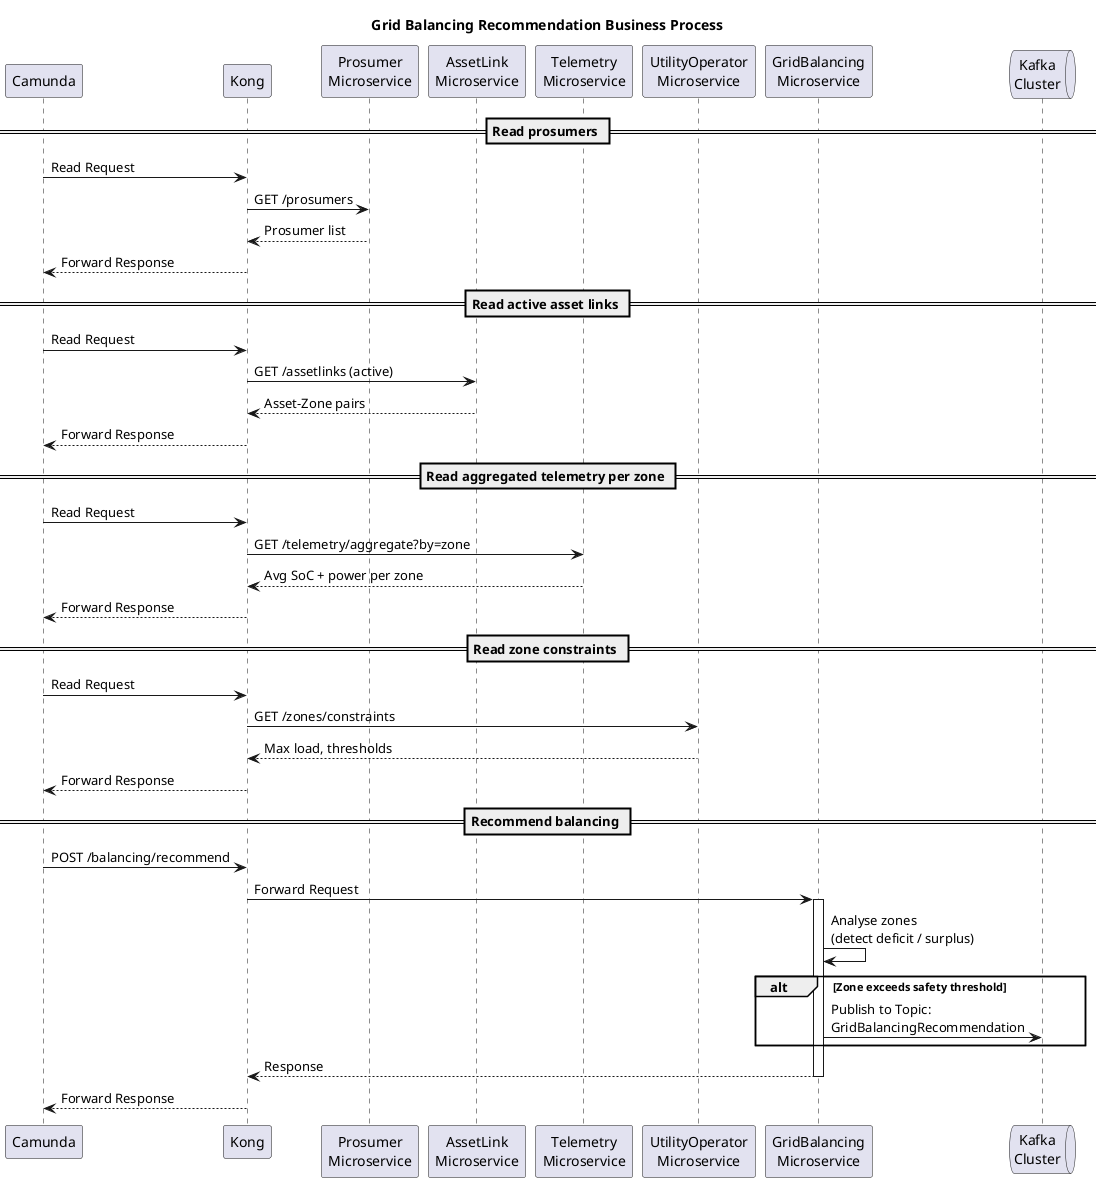
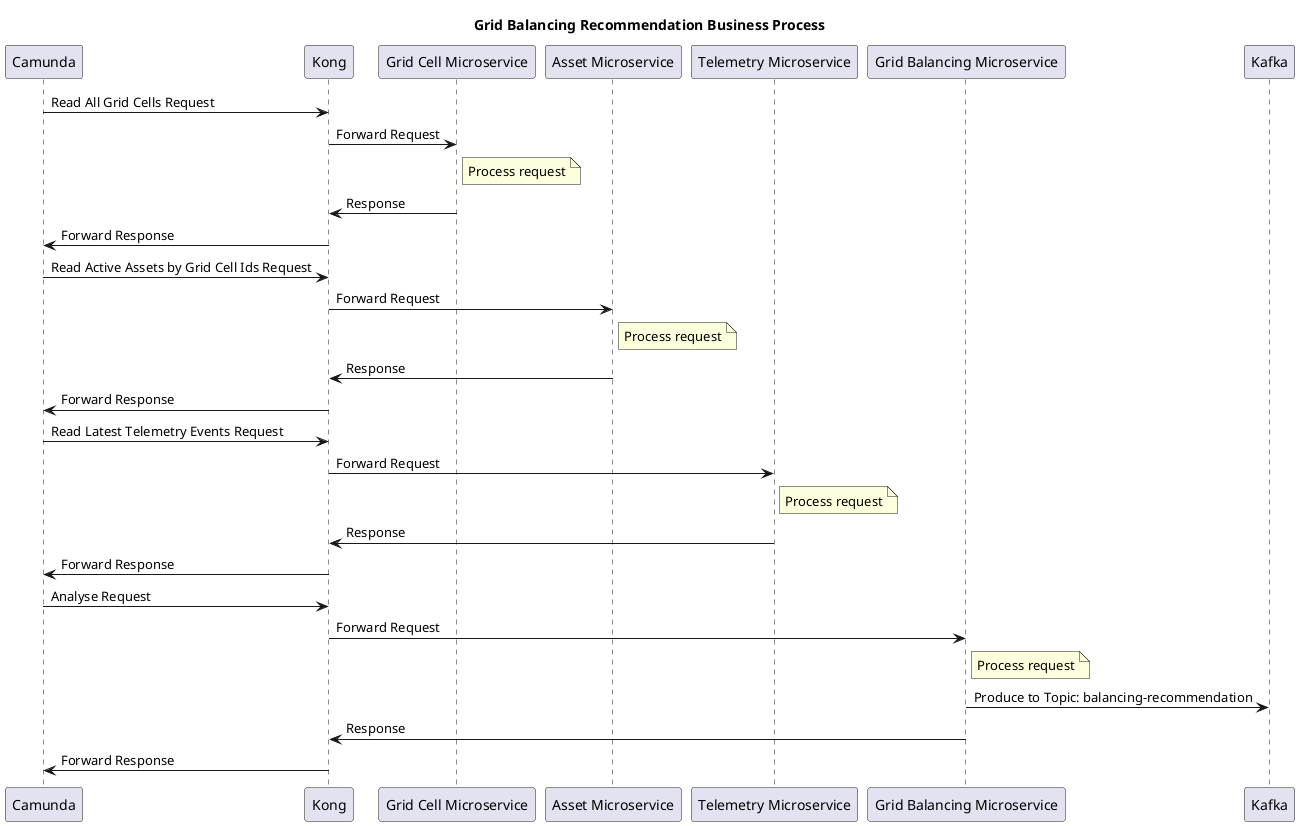
- @startuml Grid Balancing Recommendation Business Process
+ @startuml GridBalancingRecommendation
title Grid Balancing Recommendation Business Process

- participant "Camunda" as C
- participant "Kong" as K
- participant "Prosumer\nMicroservice" as P
- participant "AssetLink\nMicroservice" as A
- participant "Telemetry\nMicroservice" as T
- participant "UtilityOperator\nMicroservice" as U
- participant "GridBalancing\nMicroservice" as G
- queue "Kafka\nCluster" as KF
+ /'
+ Get all grid cells using the Grid Cell Microservice. GET /GridCell
+ Get active assets in those grid cells using the Asset Microservice. GET /Asset/active/by-grid-cell-ids?cellIds=<id>
+ Get latest telemetry events for those assets in current grid cells using the Telemetry Microservice. GET /Telemetry/latest
+ Send to Grid Balancing Microservice for processing and produce balancing events. GET /analyse

- == Read prosumers ==
- C -> K : Read Request
- K -> P : GET /prosumers
- P --> K : Prosumer list
- K --> C : Forward Response
+ The business process does not need to query the Prosumer, Utility Operator and Asset Link microservices - as it is is
+ the project statement - since all the information we need can be obtained from the previous endpoints.
+ '/

- == Read active asset links ==
- C -> K : Read Request
- K -> A : GET /assetlinks (active)
- A --> K : Asset-Zone pairs
- K --> C : Forward Response
+ participant Camunda
+ participant Kong
+ participant "Grid Cell Microservice" as GC
+ participant "Asset Microservice" as Asset
+ participant "Telemetry Microservice" as Tel
+ participant "Grid Balancing Microservice" as GB
+ participant Kafka

- == Read aggregated telemetry per zone ==
- C -> K : Read Request
- K -> T : GET /telemetry/aggregate?by=zone
- T --> K : Avg SoC + power per zone
- K --> C : Forward Response
+ Camunda -> Kong : Read All Grid Cells Request
+ Kong -> GC : Forward Request
+ note right of GC : Process request
+ GC -> Kong : Response
+ Kong -> Camunda : Forward Response

- == Read zone constraints ==
- C -> K : Read Request
- K -> U : GET /zones/constraints
- U --> K : Max load, thresholds
- K --> C : Forward Response
+ Camunda -> Kong : Read Active Assets by Grid Cell Ids Request
+ Kong -> Asset : Forward Request
+ note right of Asset : Process request
+ Asset -> Kong : Response
+ Kong -> Camunda : Forward Response

- == Recommend balancing ==
- C -> K : POST /balancing/recommend
- K -> G : Forward Request
- activate G
- G -> G : Analyse zones\n(detect deficit / surplus)
+ Camunda -> Kong : Read Latest Telemetry Events Request
+ Kong -> Tel : Forward Request
+ note right of Tel : Process request
+ Tel -> Kong : Response
+ Kong -> Camunda : Forward Response

- alt Zone exceeds safety threshold
-   G -> KF : Publish to Topic:\nGridBalancingRecommendation
- end
- 
- G --> K : Response
- deactivate G
- K --> C : Forward Response
- 
- @enduml
+ Camunda -> Kong : Analyse Request
+ Kong -> GB : Forward Request
+ note right of GB : Process request
+ GB -> Kafka : Produce to Topic: balancing-recommendation
+ GB -> Kong : Response
+ Kong -> Camunda : Forward Response
+ @enduml